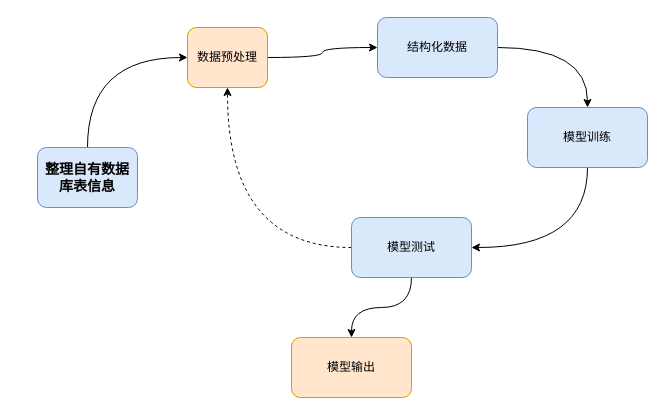
The draw.io diagram 未命名绘图.drawio in guojishuo/img, before the edit. Source tidied: cells renumbered, new cells numbered last; positions are measured from the earlier drawing's top-left corner, leaving out a move shared by most shapes. Both pictures are drawn from the tidied source at 100%, with x=0, y=0 at pixel (37, 17).
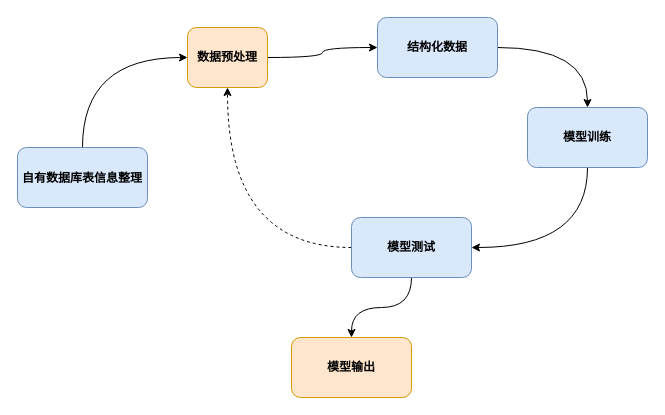
The same page after the edit.

Change to the diagram source:
```diff
@@
 <mxGraphModel>
   <root>
     <mxCell id="0" />
     <mxCell id="1" parent="0" />
     <mxCell id="2" style="edgeStyle=orthogonalEdgeStyle;jettySize=auto;html=1;curved=1;entryX=0;entryY=0.5;entryDx=0;entryDy=0;exitX=0.5;exitY=0;exitDx=0;exitDy=0;" parent="1" edge="1" source="3" target="9">
       <mxGeometry relative="1" as="geometry" />
     </mxCell>
-    <mxCell id="3" value="&lt;h3&gt;&lt;b&gt;整理自有数据库表信息&lt;/b&gt;&lt;/h3&gt;" style="rounded=1;whiteSpace=wrap;html=1;fontSize=12;glass=0;strokeWidth=1;shadow=0;fillColor=#dae8fc;strokeColor=#6c8ebf;" parent="1" vertex="1">
-      <mxGeometry y="130" width="100" height="60" as="geometry" />
+    <mxCell id="3" value="&lt;h3 style=&quot;&quot;&gt;&lt;b style=&quot;font-size: 12px;&quot;&gt;自有数据库表信息&lt;/b&gt;&lt;b style=&quot;background-color: initial; border-color: var(--border-color); font-size: 12px;&quot;&gt;整理&lt;/b&gt;&lt;/h3&gt;" style="rounded=1;whiteSpace=wrap;html=1;fontSize=12;glass=0;strokeWidth=1;shadow=0;fillColor=#dae8fc;strokeColor=#6c8ebf;" parent="1" vertex="1">
+      <mxGeometry x="-20" y="130" width="130" height="60" as="geometry" />
     </mxCell>
     <mxCell id="4" style="edgeStyle=orthogonalEdgeStyle;jettySize=auto;html=1;curved=1;" parent="1" edge="1" source="5" target="7">
       <mxGeometry relative="1" as="geometry" />
     </mxCell>
-    <mxCell id="5" value="结构化数据" style="rounded=1;whiteSpace=wrap;html=1;fontSize=12;glass=0;strokeWidth=1;shadow=0;fillColor=#dae8fc;strokeColor=#6c8ebf;" parent="1" vertex="1">
+    <mxCell id="5" value="&lt;b&gt;结构化数据&lt;/b&gt;" style="rounded=1;whiteSpace=wrap;html=1;fontSize=12;glass=0;strokeWidth=1;shadow=0;fillColor=#dae8fc;strokeColor=#6c8ebf;" parent="1" vertex="1">
       <mxGeometry x="340" width="120" height="60" as="geometry" />
     </mxCell>
     <mxCell id="6" style="edgeStyle=orthogonalEdgeStyle;jettySize=auto;html=1;curved=1;entryX=1;entryY=0.5;entryDx=0;entryDy=0;exitX=0.5;exitY=1;exitDx=0;exitDy=0;" parent="1" edge="1" source="7" target="12">
       <mxGeometry relative="1" as="geometry" />
     </mxCell>
-    <mxCell id="7" value="模型训练" style="rounded=1;whiteSpace=wrap;html=1;fillColor=#dae8fc;strokeColor=#6c8ebf;" parent="1" vertex="1">
+    <mxCell id="7" value="&lt;b&gt;模型训练&lt;/b&gt;" style="rounded=1;whiteSpace=wrap;html=1;fillColor=#dae8fc;strokeColor=#6c8ebf;" parent="1" vertex="1">
       <mxGeometry x="490" y="90" width="120" height="60" as="geometry" />
     </mxCell>
     <mxCell id="8" style="edgeStyle=orthogonalEdgeStyle;jettySize=auto;html=1;entryX=0;entryY=0.5;entryDx=0;entryDy=0;curved=1;" parent="1" edge="1" source="9" target="5">
       <mxGeometry relative="1" as="geometry" />
     </mxCell>
-    <mxCell id="9" value="数据预处理" style="whiteSpace=wrap;html=1;fillColor=#ffe6cc;strokeColor=#d79b00;rounded=1;glass=0;strokeWidth=1;shadow=0;" parent="1" vertex="1">
+    <mxCell id="9" value="&lt;b&gt;数据预处理&lt;/b&gt;" style="whiteSpace=wrap;html=1;fillColor=#ffe6cc;strokeColor=#d79b00;rounded=1;glass=0;strokeWidth=1;shadow=0;" parent="1" vertex="1">
       <mxGeometry x="150" y="10" width="80" height="60" as="geometry" />
     </mxCell>
     <mxCell id="10" style="edgeStyle=orthogonalEdgeStyle;jettySize=auto;html=1;curved=1;" parent="1" edge="1" source="12" target="13">
       <mxGeometry relative="1" as="geometry" />
     </mxCell>
     <mxCell id="11" style="edgeStyle=orthogonalEdgeStyle;jettySize=auto;html=1;entryX=0.5;entryY=1;entryDx=0;entryDy=0;curved=1;dashed=1;" parent="1" edge="1" source="12" target="9">
       <mxGeometry relative="1" as="geometry" />
     </mxCell>
-    <mxCell id="12" value="模型测试" style="whiteSpace=wrap;html=1;rounded=1;fillColor=#dae8fc;strokeColor=#6c8ebf;" parent="1" vertex="1">
+    <mxCell id="12" value="&lt;b&gt;模型测试&lt;/b&gt;" style="whiteSpace=wrap;html=1;rounded=1;fillColor=#dae8fc;strokeColor=#6c8ebf;" parent="1" vertex="1">
       <mxGeometry x="314" y="200" width="120" height="60" as="geometry" />
     </mxCell>
-    <mxCell id="13" value="模型输出" style="whiteSpace=wrap;html=1;rounded=1;fillColor=#ffe6cc;strokeColor=#d79b00;" parent="1" vertex="1">
+    <mxCell id="13" value="&lt;b&gt;模型输出&lt;/b&gt;" style="whiteSpace=wrap;html=1;rounded=1;fillColor=#ffe6cc;strokeColor=#d79b00;" parent="1" vertex="1">
       <mxGeometry x="254" y="320" width="120" height="60" as="geometry" />
     </mxCell>
   </root>
 </mxGraphModel>
```
